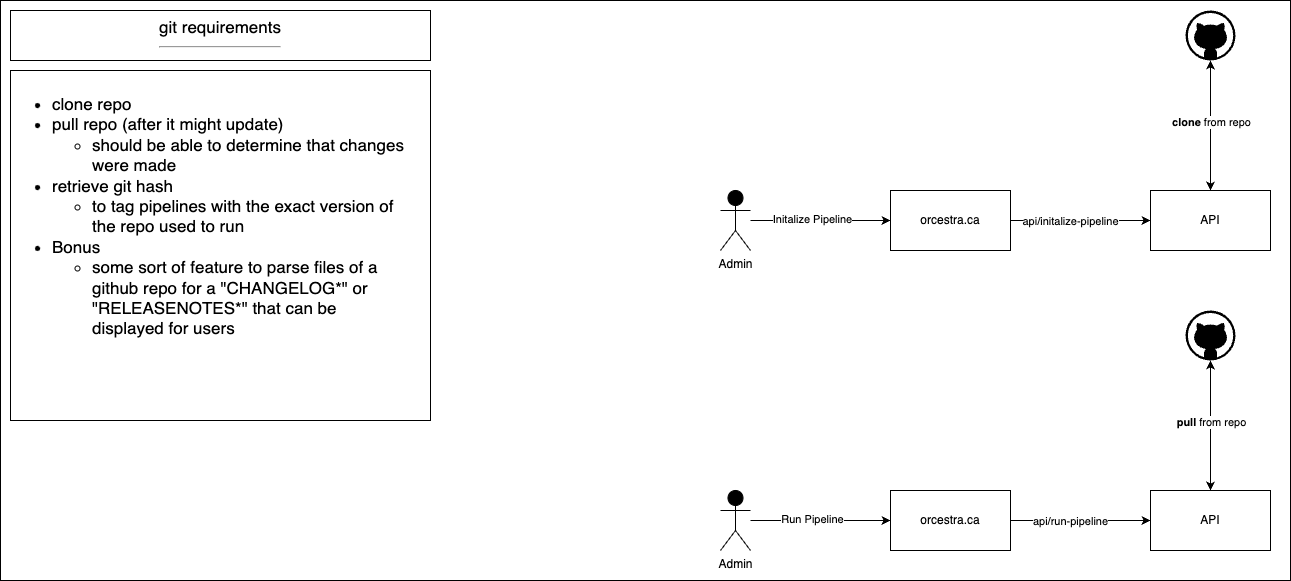
The draw.io diagram docs/requirements/git/git-requirements.drawio.png in bhklab/ORCESTRA-api, before a commit. Source tidied: cells renumbered, new cells last; positions are measured from the earlier drawing's top-left corner, leaving out a move shared by most shapes.
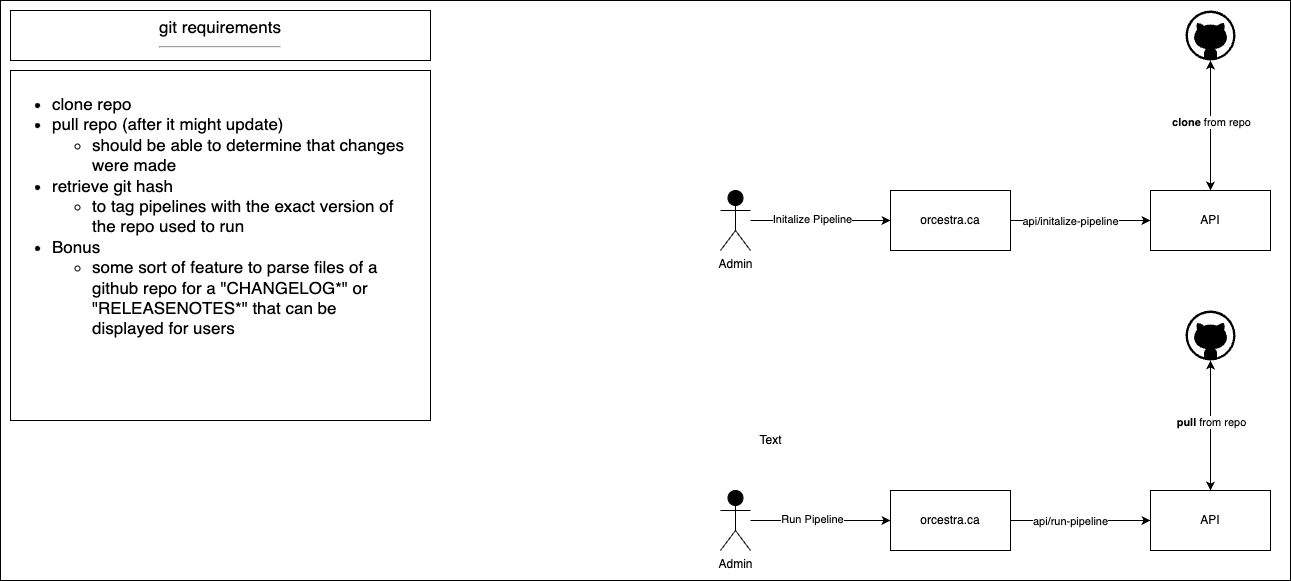
After the commit.

The edit, as a diff of the source:
```diff
@@ -78,5 +78,8 @@
     <mxCell id="25" value="Run Pipeline" style="edgeLabel;html=1;align=center;verticalAlign=middle;fontColor=#000000;" parent="24" vertex="1">
       <mxGeometry x="-0.13" y="2" relative="1" as="geometry" />
     </mxCell>
+    <mxCell id="26" value="Text" style="text;html=1;align=center;verticalAlign=middle;fillColor=none;strokeColor=none;rounded=0;" parent="1" vertex="1">
+      <mxGeometry x="745" y="425" width="50" height="30" as="geometry" />
+    </mxCell>
   </root>
 </mxGraphModel>
```
